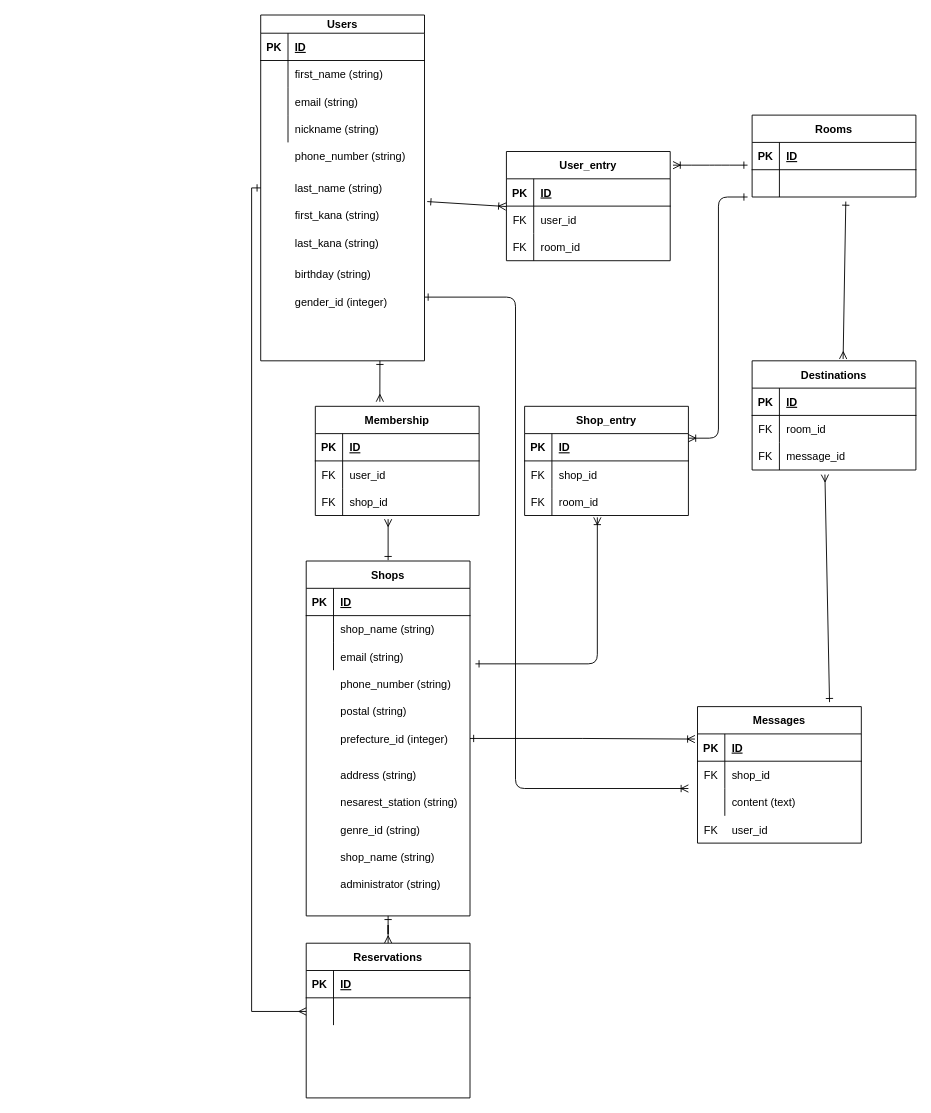
taip315/aketate keeps this draw.io diagram as ikitsuke.dio. Above is the earlier version. Source tidied: cells renumbered, new cells numbered last; positions are measured from the earlier drawing's top-left corner, leaving out a move shared by most shapes. Both pictures are drawn from the tidied source at 91%, with x=0, y=0 at pixel (251, 15).
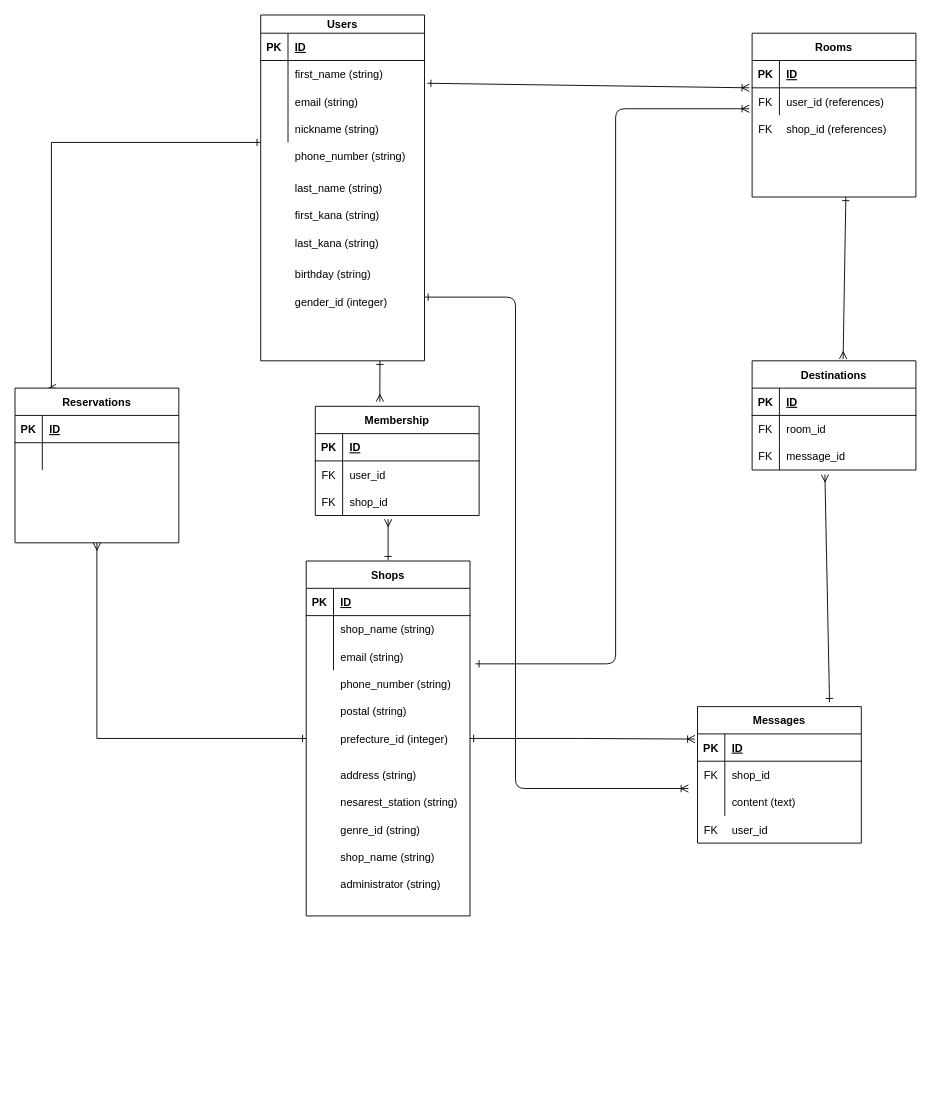
After the change.

The change refers to these unchanged cells:
```xml
<mxCell id="3" style="shape=partialRectangle;fillColor=none;top=0;left=0;bottom=1;right=0;points=[[0,0.5],[1,0.5]];portConstraint=eastwest;" parent="2" vertex="1">
  <mxGeometry y="30" width="180" height="30" as="geometry" />
</mxCell>
<mxCell id="6" style="shape=partialRectangle;fillColor=none;top=0;left=0;bottom=0;right=0;points=[[0,0.5],[1,0.5]];portConstraint=eastwest;" parent="2" vertex="1">
  <mxGeometry y="60" width="180" height="30" as="geometry" />
</mxCell>
<mxCell id="22" value="Shops" style="shape=table;startSize=30;childLayout=tableLayout;rowLines=0;fontStyle=1;align=center;" parent="1" vertex="1">
  <mxGeometry x="60" y="600" width="180" height="390" as="geometry" />
</mxCell>
<mxCell id="29" style="shape=partialRectangle;fillColor=none;top=0;left=0;bottom=0;right=0;points=[[0,0.5],[1,0.5]];portConstraint=eastwest;" parent="22" vertex="1">
  <mxGeometry y="90" width="180" height="30" as="geometry" />
</mxCell>
<mxCell id="45" value="Users" style="shape=table;startSize=20;childLayout=tableLayout;rowLines=0;fontStyle=1;align=center;" parent="1" vertex="1">
  <mxGeometry x="10" width="180" height="380" as="geometry" />
</mxCell>
<mxCell id="52" style="shape=partialRectangle;fillColor=none;top=0;left=0;bottom=0;right=0;points=[[0,0.5],[1,0.5]];portConstraint=eastwest;" parent="45" vertex="1">
  <mxGeometry y="80" width="180" height="30" as="geometry" />
</mxCell>
<mxCell id="104" style="shape=partialRectangle;fillColor=none;top=0;left=0;bottom=0;right=0;points=[[0,0.5],[1,0.5]];portConstraint=eastwest;" parent="100" vertex="1">
  <mxGeometry y="60" width="180" height="30" as="geometry" />
</mxCell>
```

Diff of the diagram source:
```diff
@@
     <mxCell id="2" value="Rooms" style="shape=table;startSize=30;childLayout=tableLayout;rowLines=0;fontStyle=1;align=center;" parent="1" vertex="1">
-      <mxGeometry x="550" y="110" width="180" height="90" as="geometry" />
+      <mxGeometry x="550" y="20" width="180" height="180" as="geometry" />
     </mxCell>
@@
-    <mxCell id="7" style="shape=partialRectangle;fillColor=none;top=0;left=0;bottom=0;right=0;overflow=hidden;" parent="6" vertex="1">
+    <mxCell id="7" value="FK" style="shape=partialRectangle;fillColor=none;top=0;left=0;bottom=0;right=0;overflow=hidden;" parent="6" vertex="1">
       <mxGeometry width="30" height="30" as="geometry" />
     </mxCell>
-    <mxCell id="8" style="shape=partialRectangle;fillColor=none;top=0;left=0;bottom=0;right=0;align=left;spacingLeft=6;overflow=hidden;" parent="6" vertex="1">
+    <mxCell id="8" value="user_id (references)" style="shape=partialRectangle;fillColor=none;top=0;left=0;bottom=0;right=0;align=left;spacingLeft=6;overflow=hidden;" parent="6" vertex="1">
       <mxGeometry x="30" width="150" height="30" as="geometry" />
     </mxCell>
@@
-    <mxCell id="20" style="edgeStyle=orthogonalEdgeStyle;rounded=0;jettySize=auto;html=1;entryX=0.5;entryY=0;entryDx=0;entryDy=0;startArrow=ERone;startFill=0;endArrow=ERmany;endFill=0;" parent="1" edge="1" source="22" target="100">
+    <mxCell id="20" style="edgeStyle=orthogonalEdgeStyle;rounded=0;jettySize=auto;html=1;entryX=0.5;entryY=1;entryDx=0;entryDy=0;startArrow=ERone;startFill=0;endArrow=ERmany;endFill=0;" parent="1" edge="1" source="22" target="100">
       <mxGeometry relative="1" as="geometry" />
     </mxCell>
@@
-    <mxCell id="34" style="edgeStyle=elbowEdgeStyle;rounded=0;jettySize=auto;html=1;entryX=0;entryY=0.5;entryDx=0;entryDy=0;startArrow=ERone;startFill=0;endArrow=ERmany;endFill=0;" parent="1" edge="1" source="45" target="104">
+    <mxCell id="34" style="edgeStyle=elbowEdgeStyle;rounded=0;jettySize=auto;html=1;entryX=0.25;entryY=0;entryDx=0;entryDy=0;startArrow=ERone;startFill=0;endArrow=ERmany;endFill=0;" parent="1" edge="1" source="45" target="100">
       <mxGeometry relative="1" as="geometry">
         <Array as="points">
-          <mxPoint y="673" />
+          <mxPoint x="-220" y="140" />
         </Array>
       </mxGeometry>
     </mxCell>
-    <mxCell id="35" value="User_entry" style="shape=table;startSize=30;childLayout=tableLayout;rowLines=0;fontStyle=1;align=center;" parent="1" vertex="1">
-      <mxGeometry x="280" y="150" width="180" height="120" as="geometry" />
-    </mxCell>
-    <mxCell id="36" style="shape=partialRectangle;fillColor=none;top=0;left=0;bottom=1;right=0;points=[[0,0.5],[1,0.5]];portConstraint=eastwest;" parent="35" vertex="1">
-      <mxGeometry y="30" width="180" height="30" as="geometry" />
-    </mxCell>
-    <mxCell id="37" value="PK" style="shape=partialRectangle;fillColor=none;top=0;left=0;bottom=0;right=0;fontStyle=1;overflow=hidden;" parent="36" vertex="1">
-      <mxGeometry width="30" height="30" as="geometry" />
-    </mxCell>
-    <mxCell id="38" value="ID" style="shape=partialRectangle;fillColor=none;top=0;left=0;bottom=0;right=0;align=left;spacingLeft=6;fontStyle=5;overflow=hidden;" parent="36" vertex="1">
-      <mxGeometry x="30" width="150" height="30" as="geometry" />
-    </mxCell>
-    <mxCell id="39" style="shape=partialRectangle;fillColor=none;top=0;left=0;bottom=0;right=0;" parent="35" vertex="1">
-      <mxGeometry y="60" width="180" height="30" as="geometry" />
-    </mxCell>
-    <mxCell id="40" value="FK" style="shape=partialRectangle;fillColor=none;top=0;left=0;bottom=0;right=0;overflow=hidden;" parent="39" vertex="1">
-      <mxGeometry width="30" height="30" as="geometry" />
-    </mxCell>
-    <mxCell id="41" value="user_id" style="shape=partialRectangle;fillColor=none;top=0;left=0;bottom=0;right=0;align=left;spacingLeft=6;overflow=hidden;" parent="39" vertex="1">
-      <mxGeometry x="30" width="150" height="30" as="geometry" />
-    </mxCell>
-    <mxCell id="42" style="shape=partialRectangle;fillColor=none;top=0;left=0;bottom=0;right=0;" parent="35" vertex="1">
-      <mxGeometry y="90" width="180" height="30" as="geometry" />
-    </mxCell>
-    <mxCell id="43" value="FK" style="shape=partialRectangle;fillColor=none;top=0;left=0;bottom=0;right=0;overflow=hidden;" parent="42" vertex="1">
-      <mxGeometry width="30" height="30" as="geometry" />
-    </mxCell>
-    <mxCell id="44" value="room_id" style="shape=partialRectangle;fillColor=none;top=0;left=0;bottom=0;right=0;align=left;spacingLeft=6;overflow=hidden;" parent="42" vertex="1">
-      <mxGeometry x="30" width="150" height="30" as="geometry" />
-    </mxCell>
@@
-    <mxCell id="58" value="Shop_entry" style="shape=table;startSize=30;childLayout=tableLayout;rowLines=0;fontStyle=1;align=center;" parent="1" vertex="1">
-      <mxGeometry x="300" y="430" width="180" height="120" as="geometry" />
-    </mxCell>
-    <mxCell id="59" style="shape=partialRectangle;fillColor=none;top=0;left=0;bottom=1;right=0;points=[[0,0.5],[1,0.5]];portConstraint=eastwest;" parent="58" vertex="1">
-      <mxGeometry y="30" width="180" height="30" as="geometry" />
-    </mxCell>
-    <mxCell id="60" value="PK" style="shape=partialRectangle;fillColor=none;top=0;left=0;bottom=0;right=0;fontStyle=1;overflow=hidden;" parent="59" vertex="1">
-      <mxGeometry width="30" height="30" as="geometry" />
-    </mxCell>
-    <mxCell id="61" value="ID" style="shape=partialRectangle;fillColor=none;top=0;left=0;bottom=0;right=0;align=left;spacingLeft=6;fontStyle=5;overflow=hidden;" parent="59" vertex="1">
-      <mxGeometry x="30" width="150" height="30" as="geometry" />
-    </mxCell>
-    <mxCell id="62" style="shape=partialRectangle;fillColor=none;top=0;left=0;bottom=0;right=0;" parent="58" vertex="1">
-      <mxGeometry y="60" width="180" height="30" as="geometry" />
-    </mxCell>
-    <mxCell id="63" value="FK" style="shape=partialRectangle;fillColor=none;top=0;left=0;bottom=0;right=0;overflow=hidden;" parent="62" vertex="1">
-      <mxGeometry width="30" height="30" as="geometry" />
-    </mxCell>
-    <mxCell id="64" value="shop_id" style="shape=partialRectangle;fillColor=none;top=0;left=0;bottom=0;right=0;align=left;spacingLeft=6;overflow=hidden;" parent="62" vertex="1">
-      <mxGeometry x="30" width="150" height="30" as="geometry" />
-    </mxCell>
-    <mxCell id="65" style="shape=partialRectangle;fillColor=none;top=0;left=0;bottom=0;right=0;points=[[0,0.5],[1,0.5]];portConstraint=eastwest;" parent="58" vertex="1">
-      <mxGeometry y="90" width="180" height="30" as="geometry" />
-    </mxCell>
-    <mxCell id="66" value="FK" style="shape=partialRectangle;fillColor=none;top=0;left=0;bottom=0;right=0;overflow=hidden;" parent="65" vertex="1">
-      <mxGeometry width="30" height="30" as="geometry" />
-    </mxCell>
-    <mxCell id="67" value="room_id" style="shape=partialRectangle;fillColor=none;top=0;left=0;bottom=0;right=0;align=left;spacingLeft=6;overflow=hidden;" parent="65" vertex="1">
-      <mxGeometry x="30" width="150" height="30" as="geometry" />
-    </mxCell>
@@
-    <mxCell id="88" style="edgeStyle=entityRelationEdgeStyle;fontSize=12;html=1;endArrow=ERone;startArrow=ERoneToMany;exitX=1.017;exitY=0.125;exitDx=0;exitDy=0;exitPerimeter=0;startFill=0;endFill=0;entryX=-0.028;entryY=0.833;entryDx=0;entryDy=0;entryPerimeter=0;" parent="1" edge="1" source="35" target="3">
-      <mxGeometry relative="1" as="geometry" />
-    </mxCell>
-    <mxCell id="89" style="fontSize=12;html=1;endArrow=ERoneToMany;entryX=-0.003;entryY=1.015;entryDx=0;entryDy=0;entryPerimeter=0;startArrow=ERone;startFill=0;" parent="1" edge="1" target="36">
-      <mxGeometry relative="1" as="geometry">
-        <mxPoint x="193" y="205" as="sourcePoint" />
-      </mxGeometry>
+    <mxCell id="89" style="fontSize=12;html=1;endArrow=ERoneToMany;entryX=-0.017;entryY=0;entryDx=0;entryDy=0;entryPerimeter=0;startArrow=ERone;startFill=0;exitX=1.017;exitY=-0.167;exitDx=0;exitDy=0;exitPerimeter=0;" parent="1" edge="1" source="52" target="6">
+      <mxGeometry relative="1" as="geometry" />
     </mxCell>
@@
-    <mxCell id="92" style="fontSize=12;html=1;endArrow=ERoneToMany;entryX=0.444;entryY=1.067;entryDx=0;entryDy=0;startArrow=ERone;startFill=0;entryPerimeter=0;elbow=vertical;exitX=1.033;exitY=0.767;exitDx=0;exitDy=0;edgeStyle=elbowEdgeStyle;exitPerimeter=0;" parent="1" edge="1" source="29" target="65">
+    <mxCell id="92" style="fontSize=12;html=1;endArrow=ERoneToMany;startArrow=ERone;startFill=0;exitX=1.033;exitY=0.767;exitDx=0;exitDy=0;edgeStyle=elbowEdgeStyle;exitPerimeter=0;entryX=-0.017;entryY=0.767;entryDx=0;entryDy=0;entryPerimeter=0;" parent="1" edge="1" source="29" target="6">
       <mxGeometry relative="1" as="geometry">
         <Array as="points">
-          <mxPoint x="310" y="713" />
+          <mxPoint x="400" y="250" />
         </Array>
       </mxGeometry>
     </mxCell>
-    <mxCell id="93" style="edgeStyle=elbowEdgeStyle;fontSize=12;html=1;endArrow=ERone;startArrow=ERoneToMany;startFill=0;exitX=1;exitY=0.167;exitDx=0;exitDy=0;exitPerimeter=0;endFill=0;" parent="1" edge="1" source="59">
-      <mxGeometry relative="1" as="geometry">
-        <mxPoint x="545" y="200" as="targetPoint" />
-      </mxGeometry>
-    </mxCell>
@@
-    <mxCell id="95" style="fontSize=12;html=1;endArrow=ERone;startArrow=ERmany;startFill=0;endFill=0;elbow=vertical;entryX=0.572;entryY=1.167;entryDx=0;entryDy=0;entryPerimeter=0;" parent="1" edge="1" target="6">
+    <mxCell id="95" style="fontSize=12;html=1;endArrow=ERone;startArrow=ERmany;startFill=0;endFill=0;elbow=vertical;" parent="1" edge="1">
       <mxGeometry relative="1" as="geometry">
         <mxPoint x="650" y="378" as="sourcePoint" />
+        <mxPoint x="653" y="200" as="targetPoint" />
       </mxGeometry>
     </mxCell>
@@
     <mxCell id="100" value="Reservations" style="shape=table;startSize=30;childLayout=tableLayout;rowLines=0;fontStyle=1;align=center;" parent="1" vertex="1">
-      <mxGeometry x="60" y="1020" width="180" height="170" as="geometry" />
+      <mxGeometry x="-260" y="410" width="180" height="170" as="geometry" />
     </mxCell>
@@
+    <mxCell id="118" value="shop_id (references)" style="shape=partialRectangle;fillColor=none;top=0;left=0;bottom=0;right=0;align=left;spacingLeft=6;overflow=hidden;" parent="1" vertex="1">
+      <mxGeometry x="580" y="110" width="150" height="30" as="geometry" />
+    </mxCell>
+    <mxCell id="119" value="FK" style="shape=partialRectangle;fillColor=none;top=0;left=0;bottom=0;right=0;overflow=hidden;" parent="1" vertex="1">
+      <mxGeometry x="550" y="110" width="30" height="30" as="geometry" />
+    </mxCell>
```
